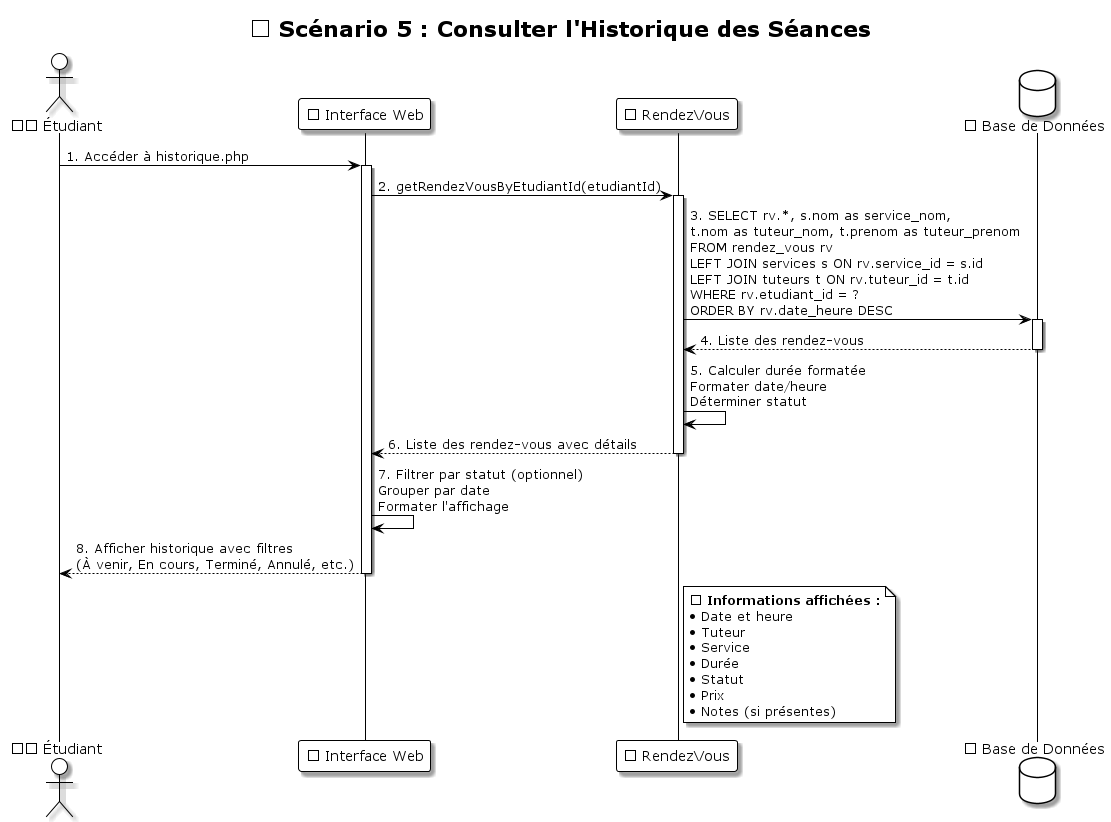
Earlier version of the PlantUML export UML/diagrammes_sequence/Sequence_05_Consulter_Historique.png (LLAbdul/LLAbdul-projet-tutoplus). The source it was exported from:
```plantuml
@startuml Sequence_05_Consulter_Historique
!theme plain
skinparam shadowing true
skinparam backgroundColor #FFFFFF

title 📊 Scénario 5 : Consulter l'Historique des Séances

actor "👨‍🎓 Étudiant" as Etudiant
participant "🌐 Interface Web" as UI
participant "📋 RendezVous" as RendezVous
database "💾 Base de Données" as DB

Etudiant -> UI: 1. Accéder à historique.php
activate UI

UI -> RendezVous: 2. getRendezVousByEtudiantId(etudiantId)
activate RendezVous

RendezVous -> DB: 3. SELECT rv.*, s.nom as service_nom,\nt.nom as tuteur_nom, t.prenom as tuteur_prenom\nFROM rendez_vous rv\nLEFT JOIN services s ON rv.service_id = s.id\nLEFT JOIN tuteurs t ON rv.tuteur_id = t.id\nWHERE rv.etudiant_id = ?\nORDER BY rv.date_heure DESC
activate DB
DB --> RendezVous: 4. Liste des rendez-vous
deactivate DB

RendezVous -> RendezVous: 5. Calculer durée formatée\nFormater date/heure\nDéterminer statut
RendezVous --> UI: 6. Liste des rendez-vous avec détails
deactivate RendezVous

UI -> UI: 7. Filtrer par statut (optionnel)\nGrouper par date\nFormater l'affichage
UI --> Etudiant: 8. Afficher historique avec filtres\n(À venir, En cours, Terminé, Annulé, etc.)
deactivate UI

note right of RendezVous
  📋 **Informations affichées :**
  • Date et heure
  • Tuteur
  • Service
  • Durée
  • Statut
  • Prix
  • Notes (si présentes)
end note
@enduml
```
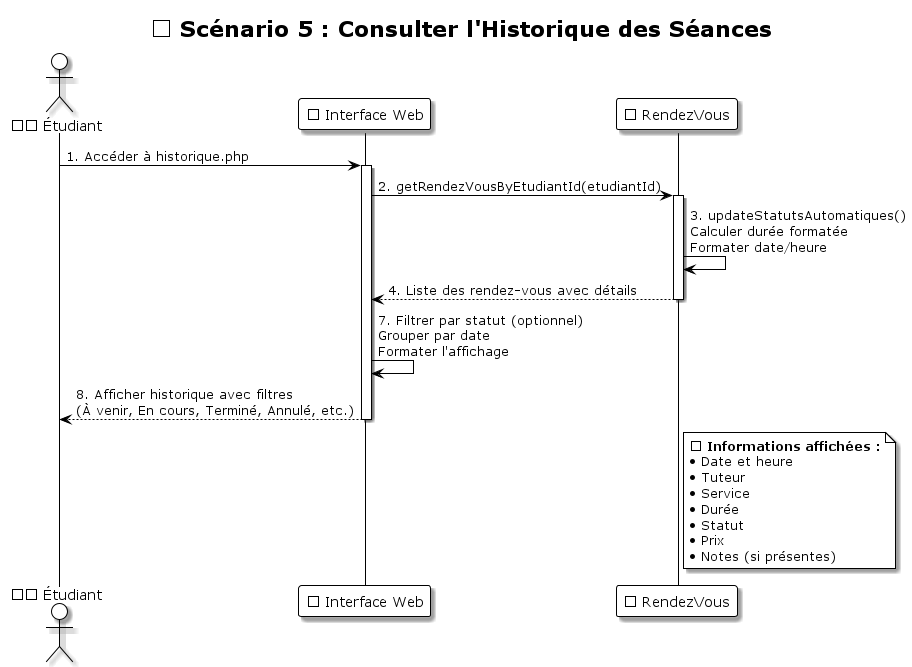
The same diagram one commit later.

The edit, as a diff of the source:
```diff
@@ -8,7 +8,6 @@
 actor "👨‍🎓 Étudiant" as Etudiant
 participant "🌐 Interface Web" as UI
 participant "📋 RendezVous" as RendezVous
-database "💾 Base de Données" as DB
 
 Etudiant -> UI: 1. Accéder à historique.php
 activate UI
@@ -16,13 +15,8 @@
 UI -> RendezVous: 2. getRendezVousByEtudiantId(etudiantId)
 activate RendezVous
 
-RendezVous -> DB: 3. SELECT rv.*, s.nom as service_nom,\nt.nom as tuteur_nom, t.prenom as tuteur_prenom\nFROM rendez_vous rv\nLEFT JOIN services s ON rv.service_id = s.id\nLEFT JOIN tuteurs t ON rv.tuteur_id = t.id\nWHERE rv.etudiant_id = ?\nORDER BY rv.date_heure DESC
-activate DB
-DB --> RendezVous: 4. Liste des rendez-vous
-deactivate DB
-
-RendezVous -> RendezVous: 5. Calculer durée formatée\nFormater date/heure\nDéterminer statut
-RendezVous --> UI: 6. Liste des rendez-vous avec détails
+RendezVous -> RendezVous: 3. updateStatutsAutomatiques()\nCalculer durée formatée\nFormater date/heure
+RendezVous --> UI: 4. Liste des rendez-vous avec détails
 deactivate RendezVous
 
 UI -> UI: 7. Filtrer par statut (optionnel)\nGrouper par date\nFormater l'affichage
```
